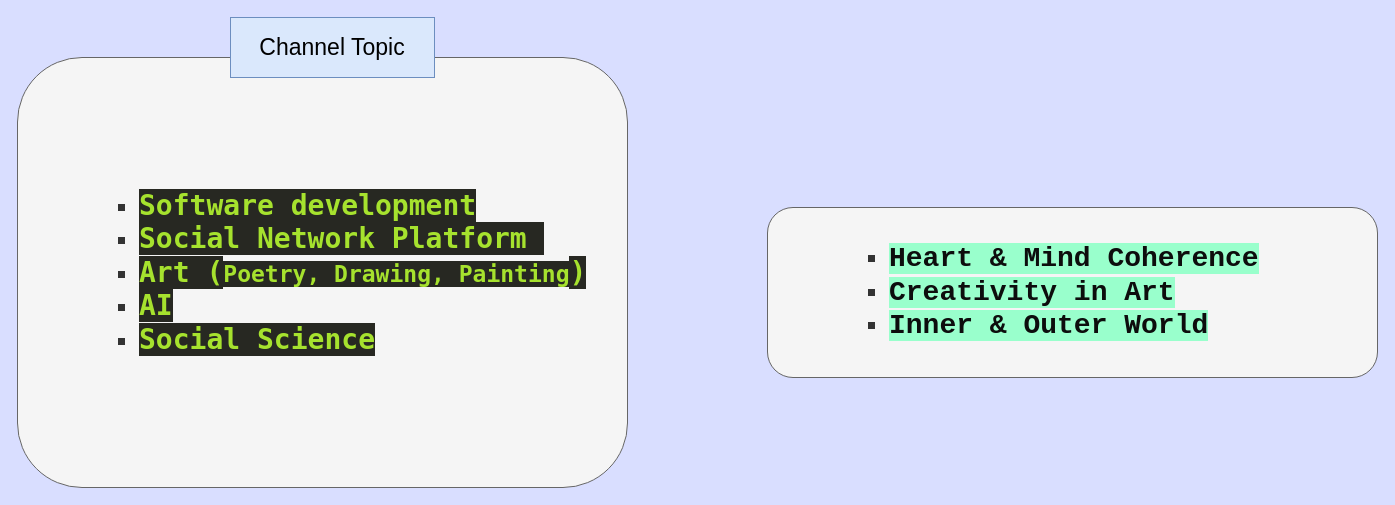
Above: page "Channel Topic" (2 of 7) of Session 1.drawio in raminux/diagrams (draw.io), before the change. Source tidied: cells renumbered, new cells numbered last; positions are measured from the earlier drawing's top-left corner, leaving out a move shared by most shapes. Both pictures are drawn from the tidied source at 100%, with x=0, y=0 at pixel (17, 17).
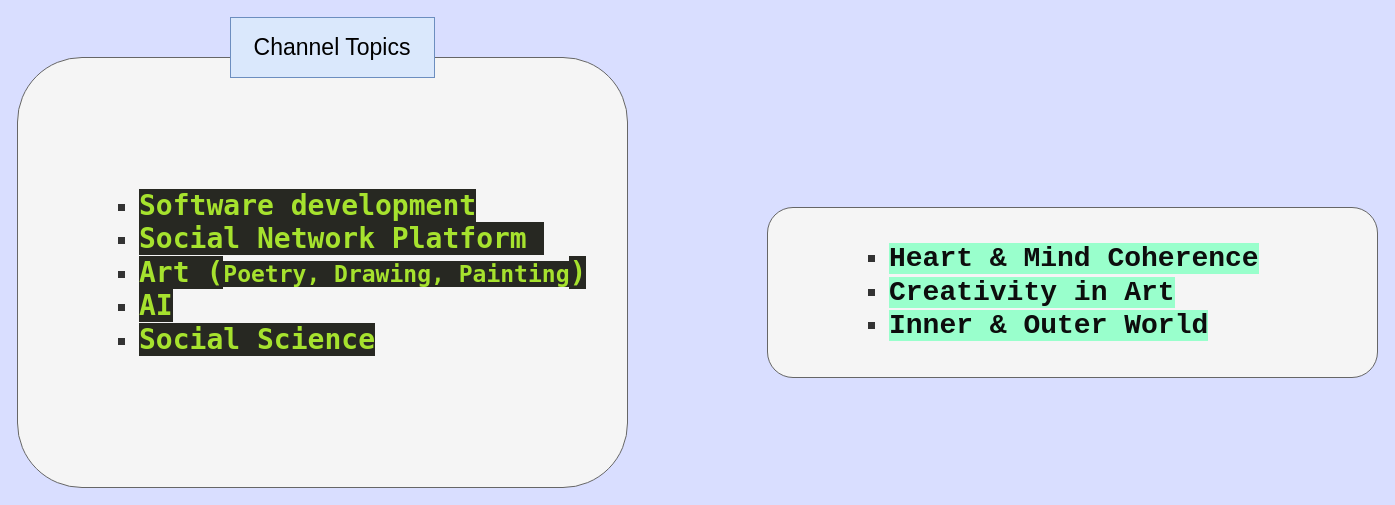
The same diagram, later.

Change to the diagram source:
```diff
@@
 <mxGraphModel background="#D9DEFF">
   <root>
     <mxCell id="0" />
     <mxCell id="1" parent="0" />
     <mxCell id="2" value="&lt;ul&gt;&lt;ul&gt;&lt;ul&gt;&lt;li&gt;&lt;span style=&quot;background-color: rgb(39, 40, 34); color: rgb(166, 226, 46); font-family: &amp;quot;Droid Sans Mono&amp;quot;, &amp;quot;monospace&amp;quot;, monospace; font-size: 28px; font-weight: bold;&quot;&gt;Software development&lt;/span&gt;&lt;br&gt;&lt;/li&gt;&lt;li&gt;&lt;span style=&quot;background-color: rgb(39, 40, 34); color: rgb(166, 226, 46); font-family: &amp;quot;Droid Sans Mono&amp;quot;, &amp;quot;monospace&amp;quot;, monospace; font-size: 28px; font-weight: bold;&quot;&gt;Social Network Platform&amp;nbsp;&lt;/span&gt;&lt;br&gt;&lt;/li&gt;&lt;li&gt;&lt;span style=&quot;background-color: rgb(39, 40, 34); color: rgb(166, 226, 46); font-family: &amp;quot;Droid Sans Mono&amp;quot;, &amp;quot;monospace&amp;quot;, monospace; font-size: 28px; font-weight: bold;&quot;&gt;Art (&lt;/span&gt;&lt;span style=&quot;background-color: rgb(39, 40, 34); color: rgb(166, 226, 46); font-family: &amp;quot;Droid Sans Mono&amp;quot;, &amp;quot;monospace&amp;quot;, monospace; font-weight: bold;&quot;&gt;&lt;font style=&quot;font-size: 23px;&quot;&gt;Poetry, Drawing, Painting&lt;/font&gt;&lt;/span&gt;&lt;span style=&quot;background-color: rgb(39, 40, 34); color: rgb(166, 226, 46); font-family: &amp;quot;Droid Sans Mono&amp;quot;, &amp;quot;monospace&amp;quot;, monospace; font-size: 28px; font-weight: bold;&quot;&gt;)&lt;/span&gt;&lt;br&gt;&lt;/li&gt;&lt;li&gt;&lt;span style=&quot;background-color: rgb(39, 40, 34); color: rgb(166, 226, 46); font-family: &amp;quot;Droid Sans Mono&amp;quot;, &amp;quot;monospace&amp;quot;, monospace; font-size: 28px; font-weight: bold;&quot;&gt;AI&lt;/span&gt;&lt;br&gt;&lt;/li&gt;&lt;li&gt;&lt;span style=&quot;background-color: rgb(39, 40, 34); color: rgb(166, 226, 46); font-family: &amp;quot;Droid Sans Mono&amp;quot;, &amp;quot;monospace&amp;quot;, monospace; font-size: 28px; font-weight: bold;&quot;&gt;Social Science&lt;/span&gt;&lt;br&gt;&lt;/li&gt;&lt;/ul&gt;&lt;/ul&gt;&lt;/ul&gt;" style="rounded=1;whiteSpace=wrap;html=1;fontSize=23;align=left;fillColor=#f5f5f5;fontColor=#333333;strokeColor=#666666;" parent="1" vertex="1">
       <mxGeometry y="40" width="610" height="430" as="geometry" />
     </mxCell>
-    <mxCell id="3" value="Channel Topic" style="rounded=0;whiteSpace=wrap;html=1;fontSize=23;fillColor=#dae8fc;strokeColor=#6c8ebf;" parent="1" vertex="1">
+    <mxCell id="3" value="Channel Topics" style="rounded=0;whiteSpace=wrap;html=1;fontSize=23;fillColor=#dae8fc;strokeColor=#6c8ebf;" parent="1" vertex="1">
       <mxGeometry x="213" width="204" height="60" as="geometry" />
     </mxCell>
     <mxCell id="4" value="&lt;ul&gt;&lt;ul&gt;&lt;ul&gt;&lt;li&gt;&lt;font color=&quot;#0d0d0d&quot; face=&quot;Droid Sans Mono, monospace, monospace&quot;&gt;&lt;span style=&quot;font-size: 28px; background-color: rgb(153, 255, 204);&quot;&gt;&lt;b style=&quot;&quot;&gt;Heart &amp;amp; Mind Coherence&lt;/b&gt;&lt;/span&gt;&lt;/font&gt;&lt;/li&gt;&lt;li&gt;&lt;font color=&quot;#0d0d0d&quot; face=&quot;Droid Sans Mono, monospace, monospace&quot;&gt;&lt;span style=&quot;font-size: 28px; background-color: rgb(153, 255, 204);&quot;&gt;&lt;b&gt;Creativity in Art&lt;/b&gt;&lt;/span&gt;&lt;/font&gt;&lt;/li&gt;&lt;li&gt;&lt;font color=&quot;#0d0d0d&quot; face=&quot;Droid Sans Mono, monospace, monospace&quot;&gt;&lt;span style=&quot;font-size: 28px; background-color: rgb(153, 255, 204);&quot;&gt;&lt;b&gt;Inner &amp;amp; Outer World&lt;/b&gt;&lt;/span&gt;&lt;/font&gt;&lt;/li&gt;&lt;/ul&gt;&lt;/ul&gt;&lt;/ul&gt;" style="rounded=1;whiteSpace=wrap;html=1;fontSize=23;align=left;fillColor=#f5f5f5;fontColor=#333333;strokeColor=#666666;" parent="1" vertex="1">
       <mxGeometry x="750" y="190" width="610" height="170" as="geometry" />
     </mxCell>
   </root>
 </mxGraphModel>
```
